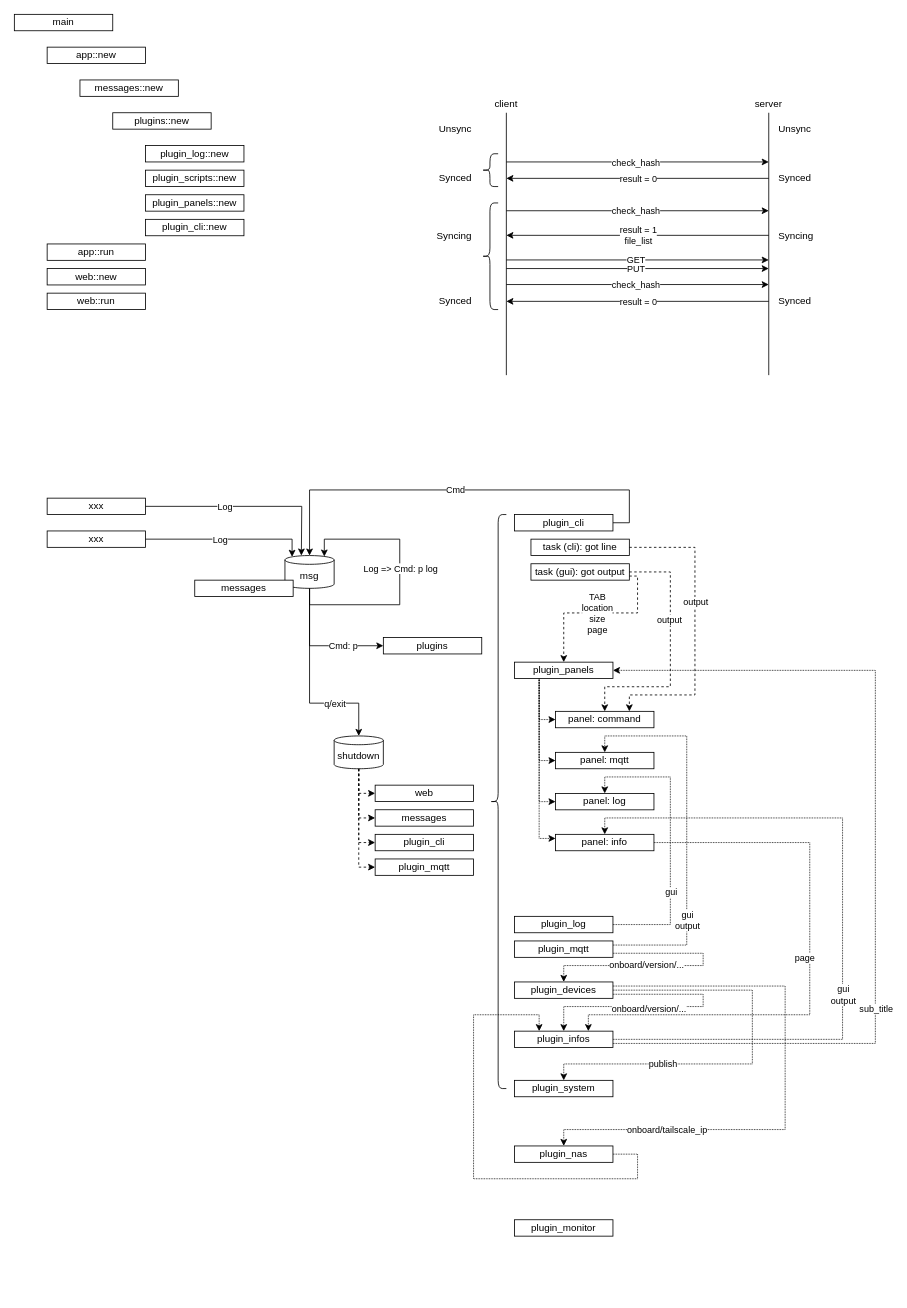
This is document/cng3.drawio from timlin1972/cng3, a draw.io file, before an edit. Source tidied: cells renumbered, new cells numbered last; positions are measured from the earlier drawing's top-left corner, leaving out a move shared by most shapes. Both pictures are drawn from the tidied source at 82%, with x=0, y=0 at pixel (14, 14).
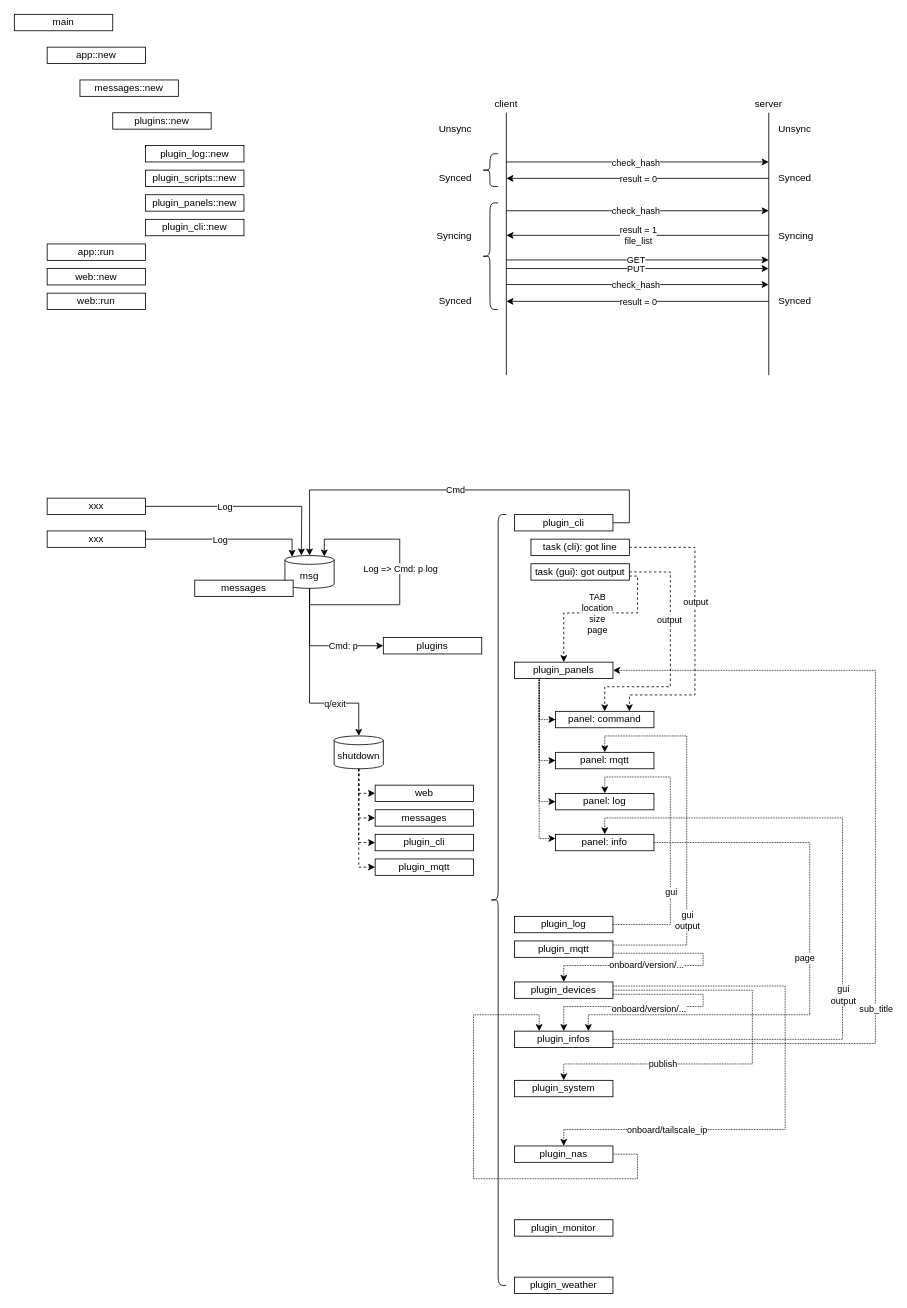
The same page after the edit.

Diff of the diagram source:
```diff
@@
     <mxCell id="57" style="shape=curlyBracket;whiteSpace=wrap;html=1;rounded=1;labelPosition=left;verticalLabelPosition=middle;align=right;verticalAlign=middle;size=0.5;" parent="1" vertex="1">
-      <mxGeometry x="580" y="610" width="20" height="700" as="geometry" />
+      <mxGeometry x="580" y="610" width="20" height="940" as="geometry" />
     </mxCell>
@@
+    <mxCell id="114" value="plugin_weather" style="rounded=0;whiteSpace=wrap;html=1;" parent="1" vertex="1">
+      <mxGeometry x="610" y="1540" width="120" height="20" as="geometry" />
+    </mxCell>
```
